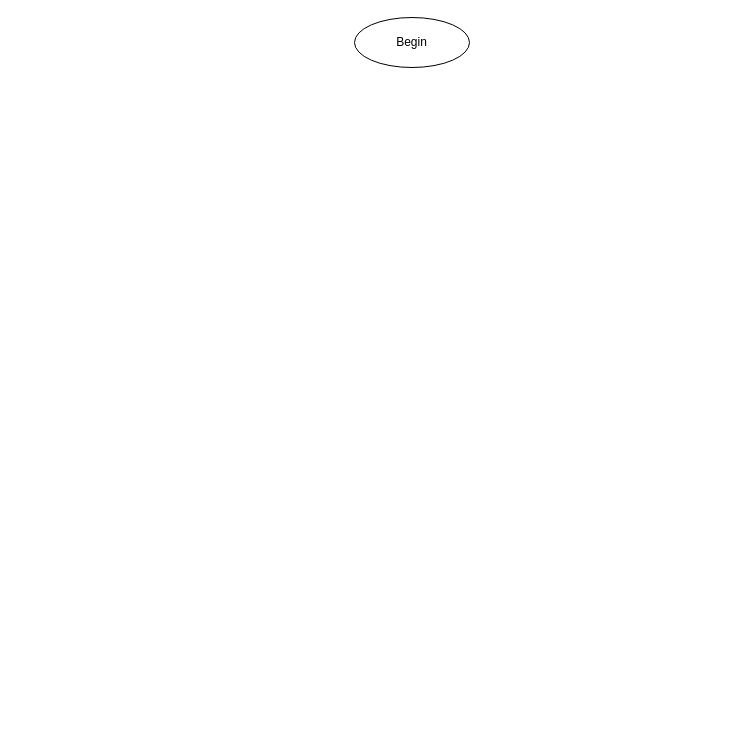
Before: page "Điều khiển tải" (3 of 3) of home.drawio in 106210049/Smart-home, a draw.io diagram. Source tidied: cells renumbered, new cells numbered last; positions are measured from the earlier drawing's top-left corner, leaving out a move shared by most shapes. Both pictures are drawn from the tidied source at 100%, with x=0, y=0 at pixel (354, 17).
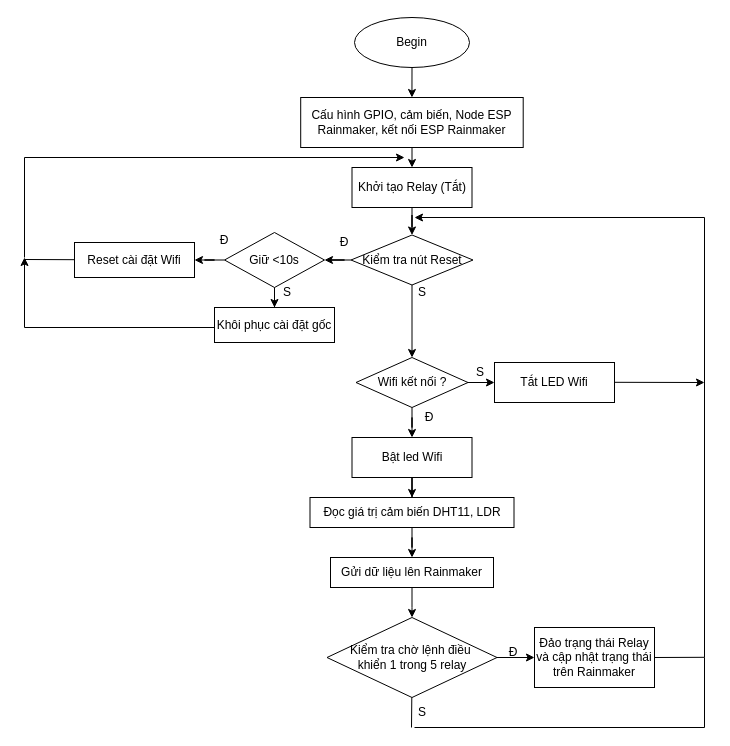
The same diagram, later.

The change refers to these unchanged cells:
```xml
<mxCell id="2" value="Begin" style="ellipse;whiteSpace=wrap;html=1;" parent="1" vertex="1">
  <mxGeometry width="115" height="50" as="geometry" />
</mxCell>
```

What changed in the source:
```diff
@@
+    <mxCell id="3" style="edgeStyle=orthogonalEdgeStyle;rounded=0;jettySize=auto;html=1;exitX=0.5;exitY=1;exitDx=0;exitDy=0;entryX=0.5;entryY=0;entryDx=0;entryDy=0;" parent="1" edge="1" source="2" target="5">
+      <mxGeometry relative="1" as="geometry" />
+    </mxCell>
@@
+    <mxCell id="4" style="edgeStyle=orthogonalEdgeStyle;rounded=0;jettySize=auto;html=1;" parent="1" edge="1" source="5" target="7">
+      <mxGeometry relative="1" as="geometry" />
+    </mxCell>
+    <mxCell id="5" value="Cấu hình GPIO, cảm biến, Node ESP Rainmaker, kết nối ESP Rainmaker" style="rounded=0;whiteSpace=wrap;html=1;" parent="1" vertex="1">
+      <mxGeometry x="-53.8" y="80" width="222.5" height="50" as="geometry" />
+    </mxCell>
+    <mxCell id="6" style="edgeStyle=orthogonalEdgeStyle;rounded=0;jettySize=auto;html=1;" parent="1" edge="1" source="7" target="10">
+      <mxGeometry relative="1" as="geometry" />
+    </mxCell>
+    <mxCell id="7" value="Khởi tạo Relay (Tắt)" style="rounded=0;whiteSpace=wrap;html=1;" parent="1" vertex="1">
+      <mxGeometry x="-2.5" y="150" width="120" height="40" as="geometry" />
+    </mxCell>
+    <mxCell id="8" style="edgeStyle=orthogonalEdgeStyle;rounded=0;jettySize=auto;html=1;" parent="1" edge="1" source="10" target="13">
+      <mxGeometry relative="1" as="geometry" />
+    </mxCell>
+    <mxCell id="9" style="edgeStyle=orthogonalEdgeStyle;rounded=0;jettySize=auto;html=1;" parent="1" edge="1" source="10" target="21">
+      <mxGeometry relative="1" as="geometry" />
+    </mxCell>
+    <mxCell id="10" value="Kiểm tra nút Reset" style="rhombus;whiteSpace=wrap;html=1;" parent="1" vertex="1">
+      <mxGeometry x="-3.5" y="217.5" width="122" height="50" as="geometry" />
+    </mxCell>
+    <mxCell id="11" style="edgeStyle=orthogonalEdgeStyle;rounded=0;jettySize=auto;html=1;" parent="1" edge="1" source="13" target="14">
+      <mxGeometry relative="1" as="geometry" />
+    </mxCell>
+    <mxCell id="12" style="edgeStyle=orthogonalEdgeStyle;rounded=0;jettySize=auto;html=1;" parent="1" edge="1" source="13" target="15">
+      <mxGeometry relative="1" as="geometry" />
+    </mxCell>
+    <mxCell id="13" value="Giữ &amp;lt;10s" style="rhombus;whiteSpace=wrap;html=1;" parent="1" vertex="1">
+      <mxGeometry x="-130" y="215" width="100" height="55" as="geometry" />
+    </mxCell>
+    <mxCell id="14" value="Reset cài đặt Wifi" style="rounded=0;whiteSpace=wrap;html=1;" parent="1" vertex="1">
+      <mxGeometry x="-280" y="225" width="120" height="35" as="geometry" />
+    </mxCell>
+    <mxCell id="15" value="Khôi phục cài đặt gốc" style="rounded=0;whiteSpace=wrap;html=1;" parent="1" vertex="1">
+      <mxGeometry x="-140" y="290" width="120" height="35" as="geometry" />
+    </mxCell>
+    <mxCell id="16" value="Đ" style="text;strokeColor=none;align=center;fillColor=none;html=1;verticalAlign=middle;whiteSpace=wrap;rounded=0;" parent="1" vertex="1">
+      <mxGeometry x="-150" y="207.5" width="40" height="30" as="geometry" />
+    </mxCell>
+    <mxCell id="17" value="S" style="text;strokeColor=none;align=center;fillColor=none;html=1;verticalAlign=middle;whiteSpace=wrap;rounded=0;" parent="1" vertex="1">
+      <mxGeometry x="-80" y="260" width="26.2" height="30" as="geometry" />
+    </mxCell>
+    <mxCell id="18" value="Đ" style="text;strokeColor=none;align=center;fillColor=none;html=1;verticalAlign=middle;whiteSpace=wrap;rounded=0;" parent="1" vertex="1">
+      <mxGeometry x="-30" y="210" width="40" height="30" as="geometry" />
+    </mxCell>
+    <mxCell id="19" style="edgeStyle=orthogonalEdgeStyle;rounded=0;jettySize=auto;html=1;" parent="1" edge="1" source="21" target="23">
+      <mxGeometry relative="1" as="geometry" />
+    </mxCell>
+    <mxCell id="20" style="edgeStyle=orthogonalEdgeStyle;rounded=0;jettySize=auto;html=1;" parent="1" edge="1" source="21" target="24">
+      <mxGeometry relative="1" as="geometry" />
+    </mxCell>
+    <mxCell id="21" value="Wifi kết nối ?" style="rhombus;whiteSpace=wrap;html=1;" parent="1" vertex="1">
+      <mxGeometry x="1.5" y="340" width="112" height="50" as="geometry" />
+    </mxCell>
+    <mxCell id="22" style="edgeStyle=orthogonalEdgeStyle;rounded=0;jettySize=auto;html=1;" parent="1" edge="1" source="23" target="26">
+      <mxGeometry relative="1" as="geometry" />
+    </mxCell>
+    <mxCell id="23" value="Bật led Wifi" style="rounded=0;whiteSpace=wrap;html=1;" parent="1" vertex="1">
+      <mxGeometry x="-2.5" y="420" width="120" height="40" as="geometry" />
+    </mxCell>
+    <mxCell id="24" value="Tắt LED Wifi" style="rounded=0;whiteSpace=wrap;html=1;" parent="1" vertex="1">
+      <mxGeometry x="140" y="345" width="120" height="40" as="geometry" />
+    </mxCell>
+    <mxCell id="25" style="edgeStyle=orthogonalEdgeStyle;rounded=0;jettySize=auto;html=1;" parent="1" edge="1" source="26" target="28">
+      <mxGeometry relative="1" as="geometry" />
+    </mxCell>
+    <mxCell id="26" value="Đọc giá trị cảm biến DHT11, LDR" style="rounded=0;whiteSpace=wrap;html=1;" parent="1" vertex="1">
+      <mxGeometry x="-44.5" y="480" width="204" height="30" as="geometry" />
+    </mxCell>
+    <mxCell id="27" style="edgeStyle=orthogonalEdgeStyle;rounded=0;jettySize=auto;html=1;" parent="1" edge="1" source="28">
+      <mxGeometry relative="1" as="geometry">
+        <mxPoint x="57.5" y="600" as="targetPoint" />
+      </mxGeometry>
+    </mxCell>
+    <mxCell id="28" value="Gửi dữ liệu lên Rainmaker" style="rounded=0;whiteSpace=wrap;html=1;" parent="1" vertex="1">
+      <mxGeometry x="-24" y="540" width="163" height="30" as="geometry" />
+    </mxCell>
+    <mxCell id="29" style="endArrow=none;html=1;rounded=0;" parent="1" edge="1">
+      <mxGeometry relative="1" as="geometry">
+        <mxPoint x="350" y="640" as="sourcePoint" />
+        <mxPoint x="350" y="200" as="targetPoint" />
+      </mxGeometry>
+    </mxCell>
+    <mxCell id="30" style="endArrow=classic;html=1;rounded=0;" parent="1" edge="1">
+      <mxGeometry relative="1" as="geometry">
+        <mxPoint x="350" y="200" as="sourcePoint" />
+        <mxPoint x="60" y="200" as="targetPoint" />
+      </mxGeometry>
+    </mxCell>
+    <mxCell id="31" style="endArrow=classic;html=1;rounded=0;" parent="1" edge="1">
+      <mxGeometry relative="1" as="geometry">
+        <mxPoint x="260" y="364.8" as="sourcePoint" />
+        <mxPoint x="350" y="365" as="targetPoint" />
+      </mxGeometry>
+    </mxCell>
+    <mxCell id="32" value="Đ" style="text;strokeColor=none;align=center;fillColor=none;html=1;verticalAlign=middle;whiteSpace=wrap;rounded=0;" parent="1" vertex="1">
+      <mxGeometry x="55" y="385" width="40" height="30" as="geometry" />
+    </mxCell>
+    <mxCell id="33" value="S" style="text;strokeColor=none;align=center;fillColor=none;html=1;verticalAlign=middle;whiteSpace=wrap;rounded=0;" parent="1" vertex="1">
+      <mxGeometry x="112.8" y="340" width="26.2" height="30" as="geometry" />
+    </mxCell>
+    <mxCell id="34" value="S" style="text;strokeColor=none;align=center;fillColor=none;html=1;verticalAlign=middle;whiteSpace=wrap;rounded=0;" parent="1" vertex="1">
+      <mxGeometry x="55" y="260" width="26.2" height="30" as="geometry" />
+    </mxCell>
+    <mxCell id="35" style="endArrow=none;html=1;rounded=0;" parent="1" edge="1">
+      <mxGeometry relative="1" as="geometry">
+        <mxPoint x="-330" y="242" as="sourcePoint" />
+        <mxPoint x="-280" y="242.2" as="targetPoint" />
+      </mxGeometry>
+    </mxCell>
+    <mxCell id="36" style="endArrow=none;html=1;rounded=0;" parent="1" edge="1">
+      <mxGeometry relative="1" as="geometry">
+        <mxPoint x="-330" y="240" as="sourcePoint" />
+        <mxPoint x="-330" y="140" as="targetPoint" />
+      </mxGeometry>
+    </mxCell>
+    <mxCell id="37" style="endArrow=classic;html=1;rounded=0;" parent="1" edge="1">
+      <mxGeometry relative="1" as="geometry">
+        <mxPoint x="-330" y="140" as="sourcePoint" />
+        <mxPoint x="50" y="140" as="targetPoint" />
+      </mxGeometry>
+    </mxCell>
+    <mxCell id="38" style="endArrow=none;html=1;rounded=0;" parent="1" edge="1">
+      <mxGeometry relative="1" as="geometry">
+        <mxPoint x="-330" y="310" as="sourcePoint" />
+        <mxPoint x="-140" y="310" as="targetPoint" />
+      </mxGeometry>
+    </mxCell>
+    <mxCell id="39" style="endArrow=classic;html=1;rounded=0;" parent="1" edge="1">
+      <mxGeometry relative="1" as="geometry">
+        <mxPoint x="-330" y="310" as="sourcePoint" />
+        <mxPoint x="-330" y="240" as="targetPoint" />
+      </mxGeometry>
+    </mxCell>
+    <mxCell id="40" style="edgeStyle=orthogonalEdgeStyle;rounded=0;jettySize=auto;html=1;" parent="1" edge="1" source="41" target="42">
+      <mxGeometry relative="1" as="geometry" />
+    </mxCell>
+    <mxCell id="41" value="Kiểm tra chờ lệnh điều&amp;nbsp;&lt;div&gt;khiển 1 trong 5 relay&lt;/div&gt;" style="rhombus;whiteSpace=wrap;html=1;" parent="1" vertex="1">
+      <mxGeometry x="-27.5" y="600" width="170" height="80" as="geometry" />
+    </mxCell>
+    <mxCell id="42" value="Đảo trạng thái Relay và cập nhật trạng thái trên Rainmaker" style="rounded=0;whiteSpace=wrap;html=1;" parent="1" vertex="1">
+      <mxGeometry x="180" y="610" width="120" height="60" as="geometry" />
+    </mxCell>
+    <mxCell id="43" style="endArrow=none;html=1;rounded=0;" parent="1" edge="1">
+      <mxGeometry relative="1" as="geometry">
+        <mxPoint x="57" y="710" as="sourcePoint" />
+        <mxPoint x="57.3" y="680" as="targetPoint" />
+      </mxGeometry>
+    </mxCell>
+    <mxCell id="44" style="endArrow=none;html=1;rounded=0;exitX=1;exitY=0.5;exitDx=0;exitDy=0;" parent="1" edge="1" source="42">
+      <mxGeometry relative="1" as="geometry">
+        <mxPoint x="350" y="639.8" as="targetPoint" />
+      </mxGeometry>
+    </mxCell>
+    <mxCell id="45" style="endArrow=none;html=1;rounded=0;" parent="1" edge="1">
+      <mxGeometry relative="1" as="geometry">
+        <mxPoint x="60" y="710" as="sourcePoint" />
+        <mxPoint x="350" y="710" as="targetPoint" />
+      </mxGeometry>
+    </mxCell>
+    <mxCell id="46" style="endArrow=none;html=1;rounded=0;" parent="1" edge="1">
+      <mxGeometry relative="1" as="geometry">
+        <mxPoint x="350" y="710" as="sourcePoint" />
+        <mxPoint x="350" y="640" as="targetPoint" />
+      </mxGeometry>
+    </mxCell>
+    <mxCell id="47" value="Đ" style="text;strokeColor=none;align=center;fillColor=none;html=1;verticalAlign=middle;whiteSpace=wrap;rounded=0;" parent="1" vertex="1">
+      <mxGeometry x="139" y="620" width="40" height="30" as="geometry" />
+    </mxCell>
+    <mxCell id="48" value="S" style="text;strokeColor=none;align=center;fillColor=none;html=1;verticalAlign=middle;whiteSpace=wrap;rounded=0;" parent="1" vertex="1">
+      <mxGeometry x="55" y="680" width="26.2" height="30" as="geometry" />
+    </mxCell>
```
